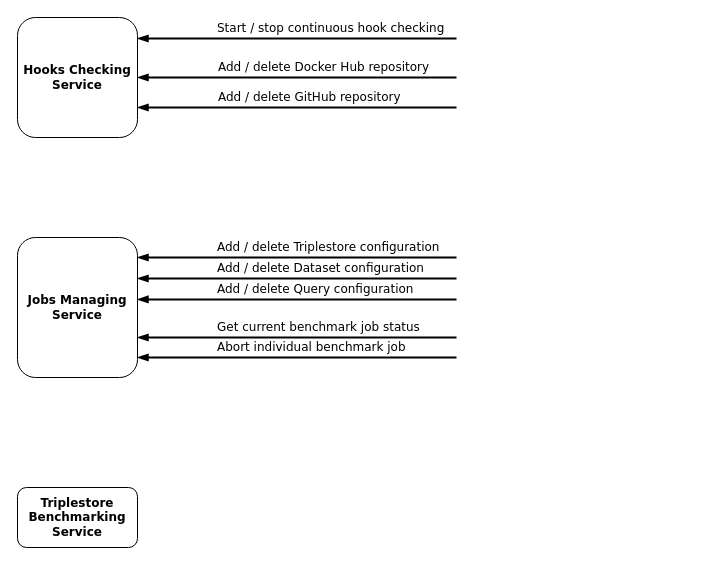
Before: page "implementation" (2 of 2) of thesis/figures/drawio/rest-apis.drawio in frensing/bachelor-thesis-Basilisk, a draw.io diagram. Source tidied: cells renumbered, new cells numbered last; positions are measured from the earlier drawing's top-left corner, leaving out a move shared by most shapes. Both pictures are drawn from the tidied source at 100%, with x=0, y=0 at pixel (17, 17).
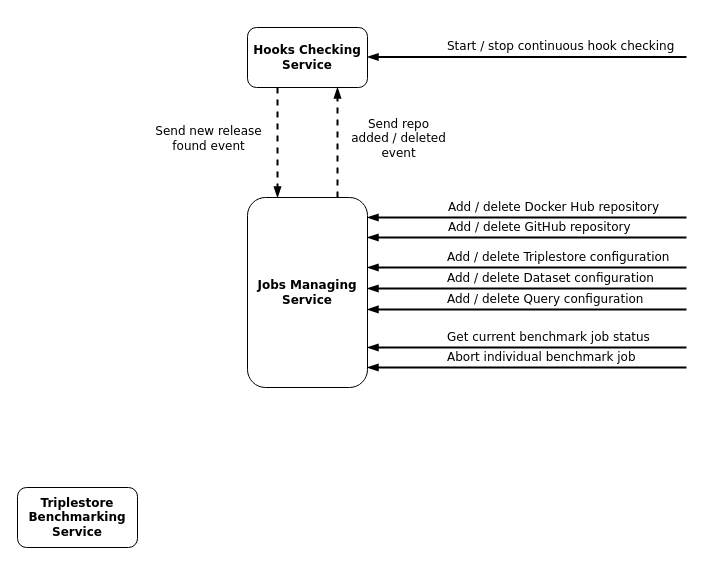
The same page after the edit.

Change to the diagram source:
```diff
@@
+    <mxCell id="21" style="edgeStyle=orthogonalEdgeStyle;rounded=0;jettySize=auto;html=1;exitX=0.25;exitY=1;exitDx=0;exitDy=0;entryX=0.25;entryY=0;entryDx=0;entryDy=0;strokeWidth=2;dashed=1;endArrow=blockThin;endFill=1;" parent="1" edge="1" source="2" target="3">
+      <mxGeometry relative="1" as="geometry" />
+    </mxCell>
+    <mxCell id="22" value="Send new release&lt;br&gt;found event" style="edgeLabel;html=1;align=center;verticalAlign=middle;fontSize=12;fontFamily=Verdana;" parent="21" vertex="1">
+      <mxGeometry x="-0.29" y="1" relative="1" as="geometry">
+        <mxPoint x="-71" y="11" as="offset" />
+      </mxGeometry>
+    </mxCell>
     <mxCell id="2" value="&lt;div&gt;&lt;p&gt;&lt;font style=&quot;font-size: 12px&quot;&gt;&lt;b&gt;Hooks Checking Service&lt;/b&gt;&lt;/font&gt;&lt;/p&gt;&lt;/div&gt;" style="rounded=1;whiteSpace=wrap;html=1;glass=0;shadow=0;sketch=0;fontFamily=Verdana;" parent="1" vertex="1">
-      <mxGeometry width="120" height="120" as="geometry" />
+      <mxGeometry x="230" y="10" width="120" height="60" as="geometry" />
     </mxCell>
+    <mxCell id="23" style="edgeStyle=orthogonalEdgeStyle;rounded=0;jettySize=auto;html=1;exitX=0.75;exitY=0;exitDx=0;exitDy=0;entryX=0.75;entryY=1;entryDx=0;entryDy=0;dashed=1;endArrow=blockThin;endFill=1;strokeWidth=2;" parent="1" edge="1" source="3" target="2">
+      <mxGeometry relative="1" as="geometry" />
+    </mxCell>
+    <mxCell id="24" value="Send repo &lt;br&gt;added / deleted&lt;br&gt;event" style="edgeLabel;html=1;align=center;verticalAlign=middle;fontSize=12;fontFamily=Verdana;" parent="23" vertex="1">
+      <mxGeometry x="0.24" relative="1" as="geometry">
+        <mxPoint x="60" y="8" as="offset" />
+      </mxGeometry>
+    </mxCell>
     <mxCell id="3" value="&lt;div&gt;&lt;p&gt;&lt;font style=&quot;font-size: 12px&quot;&gt;&lt;b&gt;Jobs Managing Service&lt;/b&gt;&lt;/font&gt;&lt;/p&gt;&lt;/div&gt;" style="rounded=1;whiteSpace=wrap;html=1;glass=0;shadow=0;sketch=0;fontFamily=Verdana;" parent="1" vertex="1">
-      <mxGeometry y="220" width="120" height="140" as="geometry" />
+      <mxGeometry x="230" y="180" width="120" height="190" as="geometry" />
     </mxCell>
@@
     <mxCell id="5" style="endArrow=blockThin;html=1;rounded=0;entryX=1.008;entryY=0.163;entryDx=0;entryDy=0;entryPerimeter=0;endFill=1;strokeWidth=2;" parent="1" edge="1">
       <mxGeometry relative="1" as="geometry">
-        <mxPoint x="439" y="21" as="sourcePoint" />
-        <mxPoint x="120" y="21" as="targetPoint" />
+        <mxPoint x="669" y="39.5" as="sourcePoint" />
+        <mxPoint x="350" y="39.5" as="targetPoint" />
         <Array as="points">
-          <mxPoint x="169" y="21" />
+          <mxPoint x="399" y="39.5" />
         </Array>
       </mxGeometry>
     </mxCell>
@@
-    <mxCell id="7" style="endArrow=blockThin;html=1;rounded=0;entryX=1.008;entryY=0.163;entryDx=0;entryDy=0;entryPerimeter=0;endFill=1;strokeWidth=2;" parent="1" edge="1">
-      <mxGeometry relative="1" as="geometry">
-        <mxPoint x="439" y="60" as="sourcePoint" />
-        <mxPoint x="120" y="60" as="targetPoint" />
-      </mxGeometry>
-    </mxCell>
-    <mxCell id="8" value="&lt;font face=&quot;Verdana&quot; style=&quot;font-size: 12px&quot;&gt;Add / delete Docker Hub repository&lt;/font&gt;" style="edgeLabel;html=1;align=left;verticalAlign=middle;" parent="7" vertex="1">
-      <mxGeometry x="0.37" relative="1" as="geometry">
-        <mxPoint x="-21" y="-11" as="offset" />
-      </mxGeometry>
-    </mxCell>
-    <mxCell id="9" style="endArrow=blockThin;html=1;rounded=0;entryX=1.008;entryY=0.163;entryDx=0;entryDy=0;entryPerimeter=0;endFill=1;strokeWidth=2;" parent="1" edge="1">
-      <mxGeometry relative="1" as="geometry">
-        <mxPoint x="439" y="90" as="sourcePoint" />
-        <mxPoint x="120" y="90" as="targetPoint" />
-      </mxGeometry>
-    </mxCell>
-    <mxCell id="10" value="&lt;font face=&quot;Verdana&quot; style=&quot;font-size: 12px&quot;&gt;Add / delete GitHub repository&lt;/font&gt;" style="edgeLabel;html=1;align=left;verticalAlign=middle;" parent="9" vertex="1">
-      <mxGeometry x="0.37" relative="1" as="geometry">
-        <mxPoint x="-21" y="-11" as="offset" />
-      </mxGeometry>
-    </mxCell>
     <mxCell id="11" style="endArrow=blockThin;html=1;rounded=0;entryX=1.008;entryY=0.163;entryDx=0;entryDy=0;entryPerimeter=0;endFill=1;strokeWidth=2;" parent="1" edge="1">
       <mxGeometry relative="1" as="geometry">
-        <mxPoint x="439" y="240" as="sourcePoint" />
-        <mxPoint x="120" y="240" as="targetPoint" />
+        <mxPoint x="669" y="250" as="sourcePoint" />
+        <mxPoint x="350" y="250" as="targetPoint" />
         <Array as="points">
-          <mxPoint x="169" y="240" />
+          <mxPoint x="399" y="250" />
         </Array>
       </mxGeometry>
     </mxCell>
@@
     <mxCell id="13" style="endArrow=blockThin;html=1;rounded=0;entryX=1.008;entryY=0.163;entryDx=0;entryDy=0;entryPerimeter=0;endFill=1;strokeWidth=2;" parent="1" edge="1">
       <mxGeometry relative="1" as="geometry">
-        <mxPoint x="439" y="261" as="sourcePoint" />
-        <mxPoint x="120" y="261" as="targetPoint" />
+        <mxPoint x="669" y="271" as="sourcePoint" />
+        <mxPoint x="350" y="271" as="targetPoint" />
         <Array as="points">
-          <mxPoint x="169" y="261" />
+          <mxPoint x="399" y="271" />
         </Array>
       </mxGeometry>
     </mxCell>
@@
     <mxCell id="15" style="endArrow=blockThin;html=1;rounded=0;entryX=1.008;entryY=0.163;entryDx=0;entryDy=0;entryPerimeter=0;endFill=1;strokeWidth=2;" parent="1" edge="1">
       <mxGeometry relative="1" as="geometry">
-        <mxPoint x="439" y="282" as="sourcePoint" />
-        <mxPoint x="120" y="281.9" as="targetPoint" />
+        <mxPoint x="669" y="292" as="sourcePoint" />
+        <mxPoint x="350" y="291.9" as="targetPoint" />
         <Array as="points">
-          <mxPoint x="169" y="282" />
+          <mxPoint x="399" y="292" />
         </Array>
       </mxGeometry>
     </mxCell>
@@
     <mxCell id="17" style="endArrow=blockThin;html=1;rounded=0;entryX=1.008;entryY=0.163;entryDx=0;entryDy=0;entryPerimeter=0;endFill=1;strokeWidth=2;" parent="1" edge="1">
       <mxGeometry relative="1" as="geometry">
-        <mxPoint x="439" y="320" as="sourcePoint" />
-        <mxPoint x="120" y="320" as="targetPoint" />
+        <mxPoint x="669" y="330" as="sourcePoint" />
+        <mxPoint x="350" y="330" as="targetPoint" />
         <Array as="points">
-          <mxPoint x="169" y="320" />
+          <mxPoint x="399" y="330" />
         </Array>
       </mxGeometry>
     </mxCell>
@@
     <mxCell id="19" style="endArrow=blockThin;html=1;rounded=0;entryX=1.008;entryY=0.163;entryDx=0;entryDy=0;entryPerimeter=0;endFill=1;strokeWidth=2;" parent="1" edge="1">
       <mxGeometry relative="1" as="geometry">
-        <mxPoint x="439" y="340" as="sourcePoint" />
-        <mxPoint x="120" y="340" as="targetPoint" />
+        <mxPoint x="669" y="350" as="sourcePoint" />
+        <mxPoint x="350" y="350" as="targetPoint" />
         <Array as="points">
-          <mxPoint x="169" y="340" />
+          <mxPoint x="399" y="350" />
         </Array>
       </mxGeometry>
     </mxCell>
@@
+    <mxCell id="25" style="endArrow=blockThin;html=1;rounded=0;entryX=1.008;entryY=0.163;entryDx=0;entryDy=0;entryPerimeter=0;endFill=1;strokeWidth=2;" parent="1" edge="1">
+      <mxGeometry relative="1" as="geometry">
+        <mxPoint x="669" y="200" as="sourcePoint" />
+        <mxPoint x="350" y="200" as="targetPoint" />
+      </mxGeometry>
+    </mxCell>
+    <mxCell id="8" value="&lt;font face=&quot;Verdana&quot; style=&quot;font-size: 12px&quot;&gt;Add / delete Docker Hub repository&lt;/font&gt;" style="edgeLabel;html=1;align=left;verticalAlign=middle;" parent="25" vertex="1">
+      <mxGeometry x="0.37" relative="1" as="geometry">
+        <mxPoint x="-21" y="-11" as="offset" />
+      </mxGeometry>
+    </mxCell>
+    <mxCell id="26" style="endArrow=blockThin;html=1;rounded=0;entryX=1.008;entryY=0.163;entryDx=0;entryDy=0;entryPerimeter=0;endFill=1;strokeWidth=2;" parent="1" edge="1">
+      <mxGeometry relative="1" as="geometry">
+        <mxPoint x="669" y="220" as="sourcePoint" />
+        <mxPoint x="350" y="220" as="targetPoint" />
+      </mxGeometry>
+    </mxCell>
+    <mxCell id="10" value="&lt;font face=&quot;Verdana&quot; style=&quot;font-size: 12px&quot;&gt;Add / delete GitHub repository&lt;/font&gt;" style="edgeLabel;html=1;align=left;verticalAlign=middle;" parent="26" vertex="1">
+      <mxGeometry x="0.37" relative="1" as="geometry">
+        <mxPoint x="-21" y="-11" as="offset" />
+      </mxGeometry>
+    </mxCell>
```
